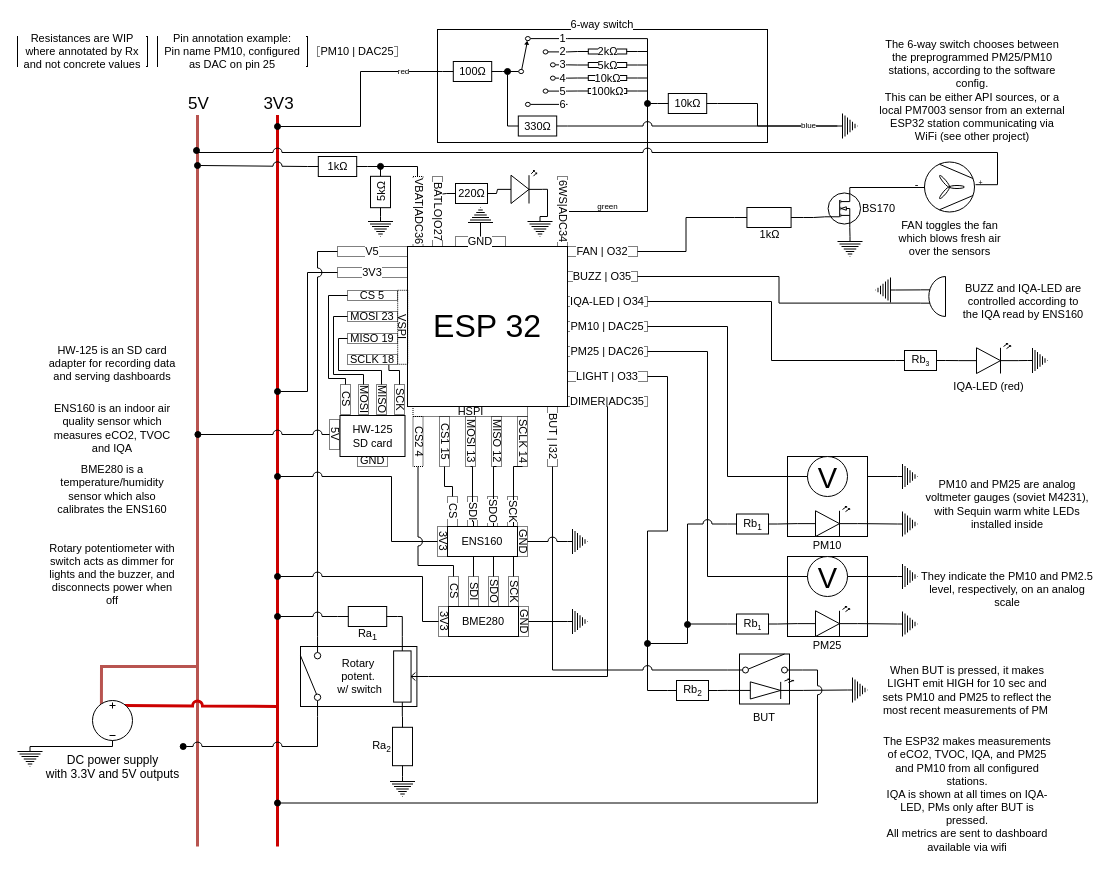
Above: airstation-base.drawio in maclav3/airstation (draw.io), before the change. Source tidied: cells renumbered, new cells numbered last; positions are measured from the earlier drawing's top-left corner, leaving out a move shared by most shapes. Both pictures are drawn from the tidied source at 100%, with x=0, y=0 at pixel (17, 29).
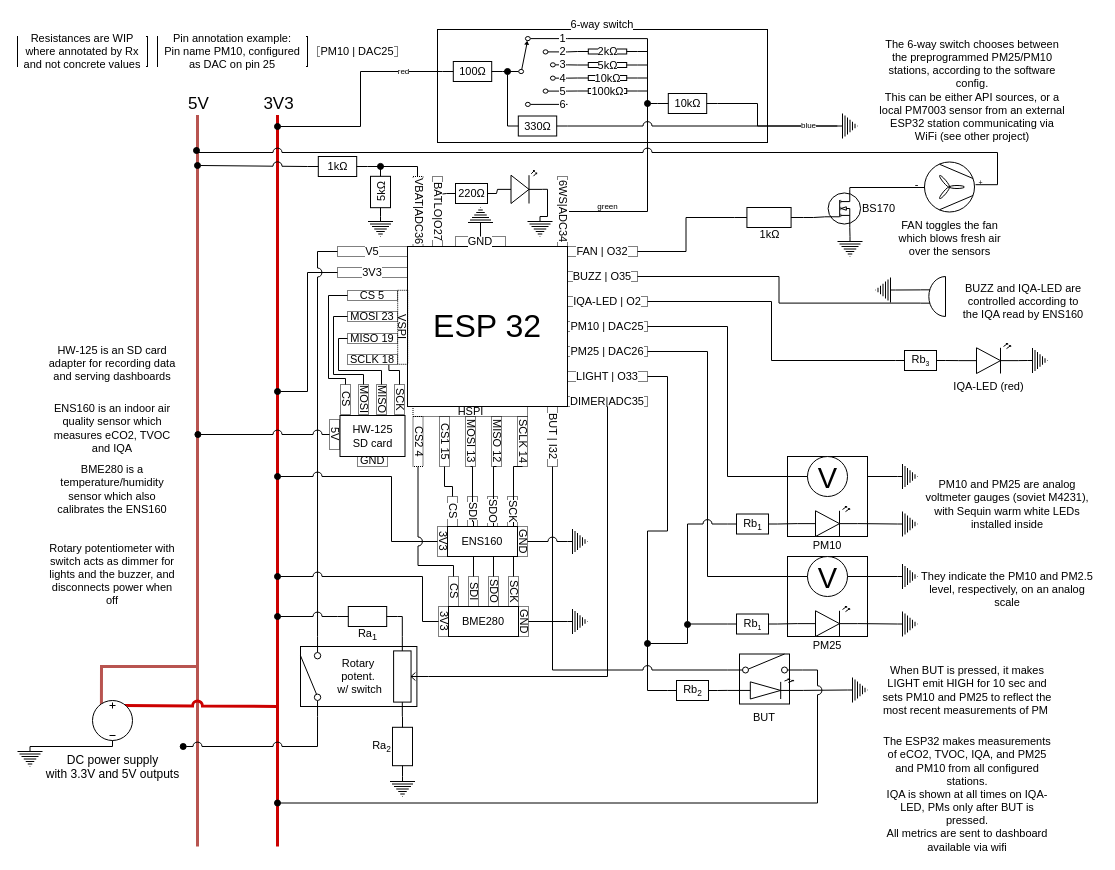
The same diagram, later.

Commit message:
set iqa-led to 2

Unchanged cells that the change refers to:
```xml
<mxCell id="44" style="group;" parent="43" vertex="1">
  <mxGeometry width="310" height="220" as="geometry" />
</mxCell>
```

What changed in the source:
```diff
@@
-    <mxCell id="47" value="IQA-LED | O34" style="text;html=1;align=center;verticalAlign=middle;whiteSpace=wrap;rounded=0;fontFamily=Helvetica;fontSize=11;fontColor=default;labelBackgroundColor=default;fillColor=none;strokeColor=default;dashed=1;dashPattern=1 1;" parent="44" vertex="1">
+    <mxCell id="47" value="IQA-LED | O2" style="text;html=1;align=center;verticalAlign=middle;whiteSpace=wrap;rounded=0;fontFamily=Helvetica;fontSize=11;fontColor=default;labelBackgroundColor=default;fillColor=none;strokeColor=default;dashed=1;dashPattern=1 1;" parent="44" vertex="1">
       <mxGeometry x="230" y="50" width="80" height="10" as="geometry" />
     </mxCell>
```
